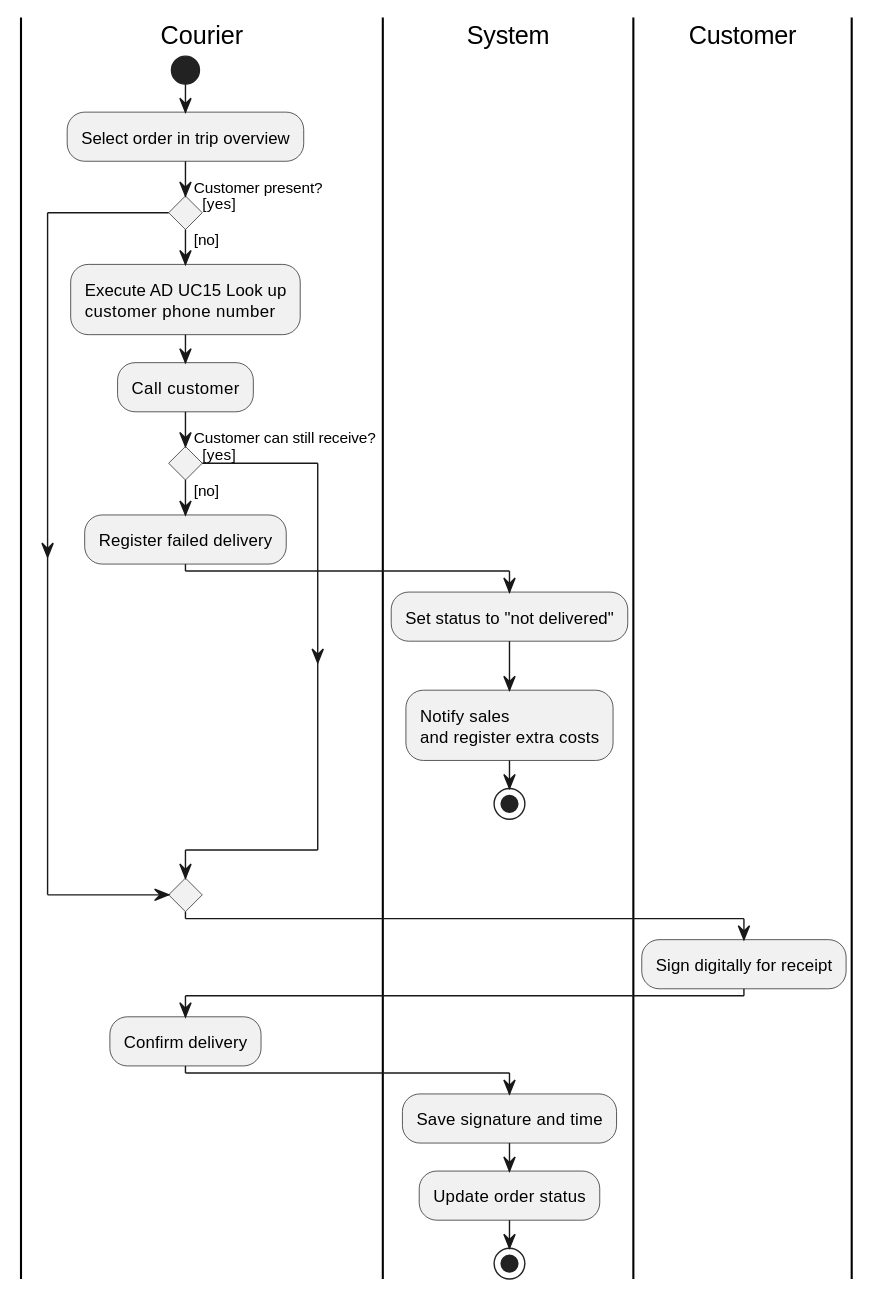
This is Documentation/Architecture/uml/export/activity_diagrams/AD12_Register_delivery.svg from ViktorQorri/Project-Timaflu, a PlantUML export, as it was before one commit.
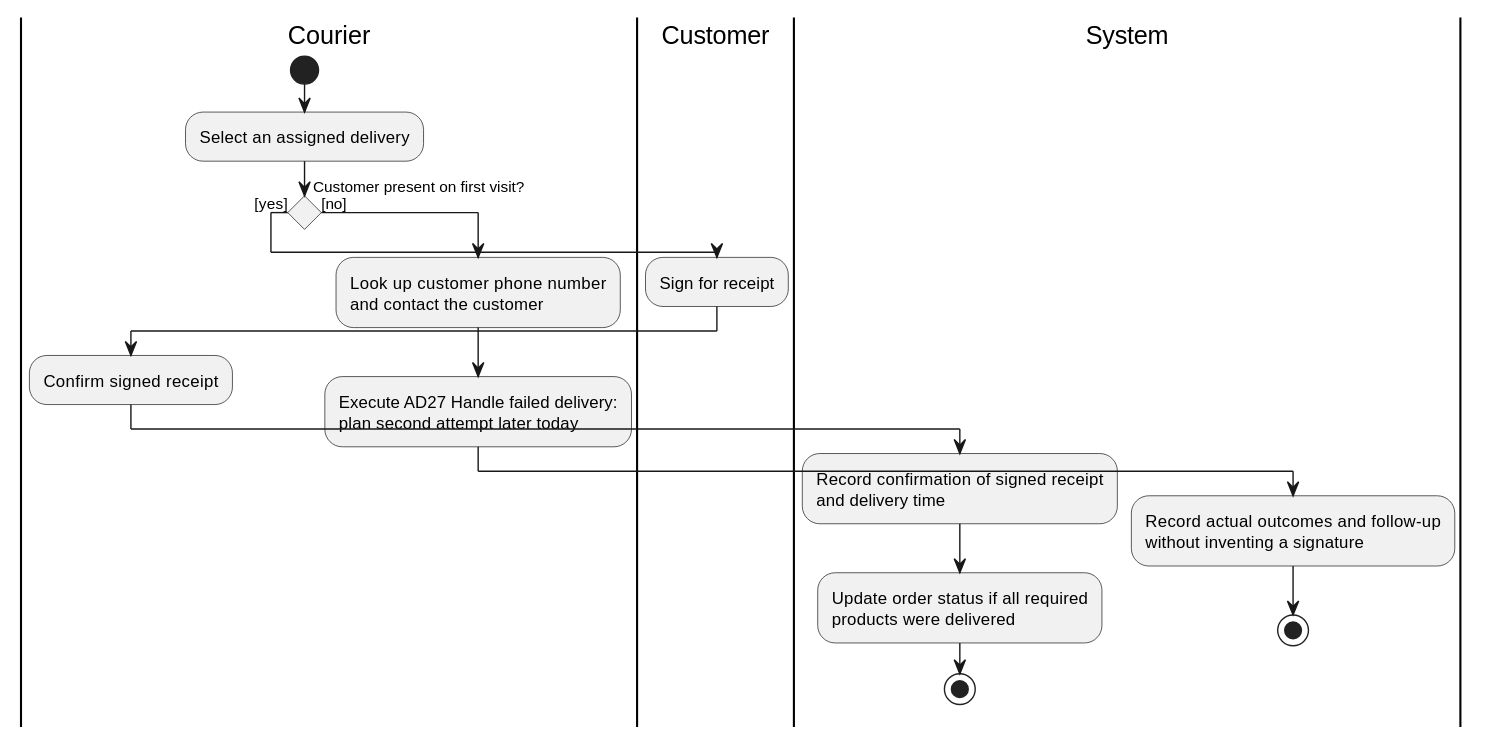
After the change.

Diff of the diagram source:
```diff
@@ -2,28 +2,25 @@
 skinparam conditionStyle diamond
 skinparam ConditionEndStyle diamond
 skinparam ActivityDiamondFontSize 11
+
 |Courier|
 start
-:Select order in trip overview;
-if (Customer present?) then ([yes])
+:Select an assigned delivery;
+if (Customer present on first visit?) then ([yes])
+  |Customer|
+  :Sign for receipt;
+  |Courier|
+  :Confirm signed receipt;
+  |System|
+  :Record confirmation of signed receipt\nand delivery time;
+  :Update order status if all required\nproducts were delivered;
+  stop
 else ([no])
-  :Execute AD UC15 Look up\ncustomer phone number;
-  :Call customer;
-  if (Customer can still receive?) then ([yes])
-  else ([no])
-    :Register failed delivery;
-    |System|
-    :Set status to "not delivered";
-    :Notify sales\nand register extra costs;
-    stop
-  endif
+  |Courier|
+  :Look up customer phone number\nand contact the customer;
+  :Execute AD27 Handle failed delivery:\nplan second attempt later today;
+  |System|
+  :Record actual outcomes and follow-up\nwithout inventing a signature;
+  stop
 endif
-|Customer|
-:Sign digitally for receipt;
-|Courier|
-:Confirm delivery;
-|System|
-:Save signature and time;
-:Update order status;
-stop
 @enduml
```
